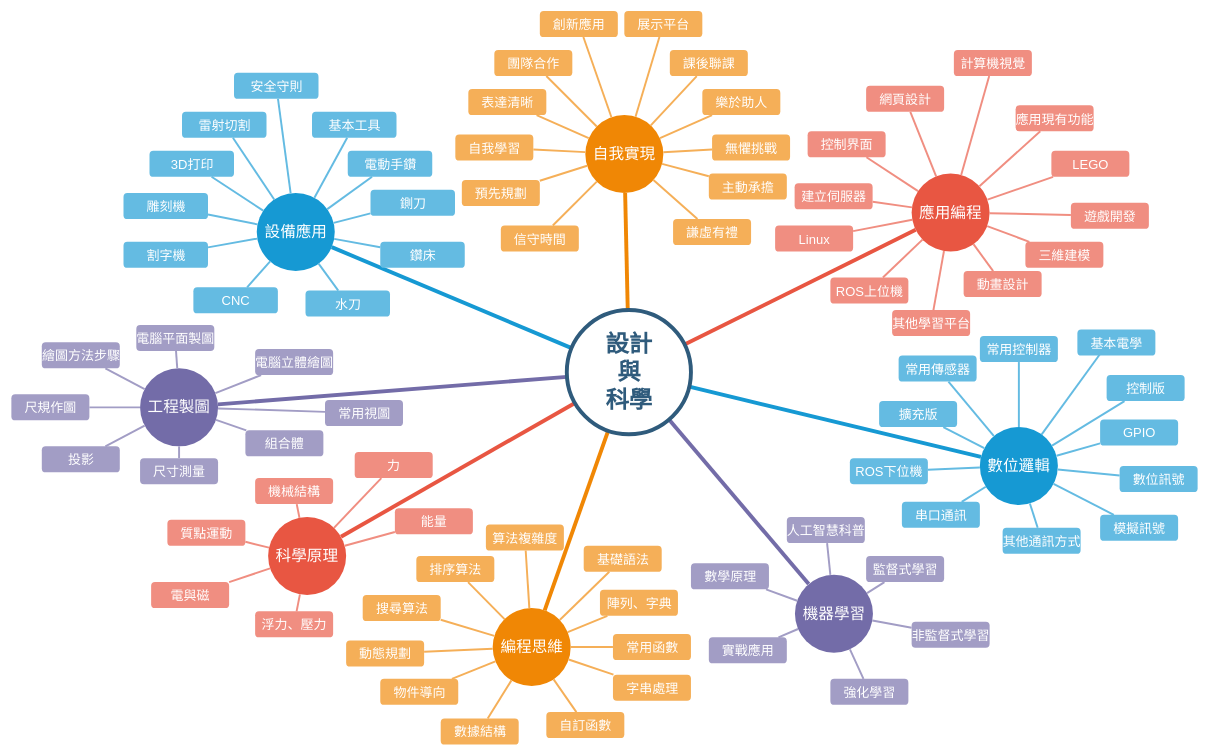
Above: study_frame.drawio in supercatex/flowchart (draw.io), before the change. Source tidied: cells renumbered, new cells numbered last; positions are measured from the earlier drawing's top-left corner, leaving out a move shared by most shapes. Both pictures are drawn from the tidied source at 65%, with x=0, y=0 at pixel (11, 11).
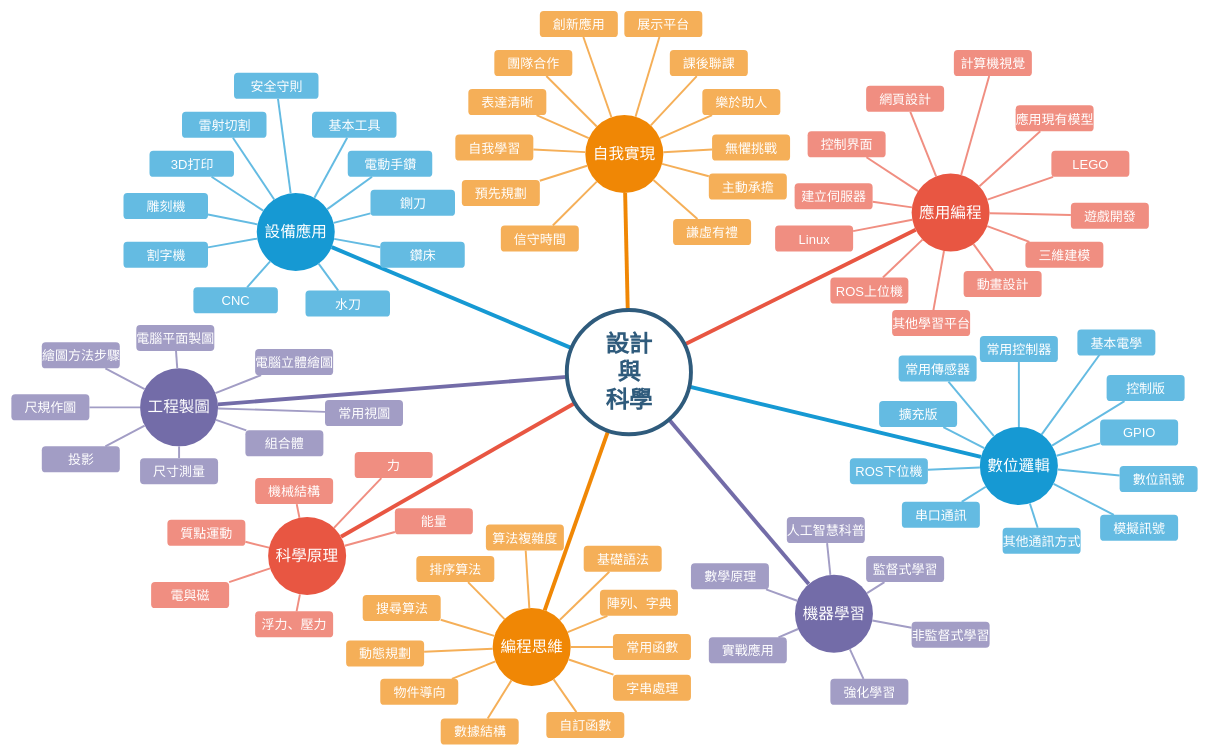
The same diagram, later.

Diff of the diagram source:
```diff
@@
-    <mxCell id="70" value="應用現有功能" style="rounded=1;fillColor=#f08e81;strokeColor=none;strokeWidth=3;shadow=0;html=1;fontColor=#FFFFFF;fontSize=20;" parent="1" vertex="1">
+    <mxCell id="70" value="應用現有模型" style="rounded=1;fillColor=#f08e81;strokeColor=none;strokeWidth=3;shadow=0;html=1;fontColor=#FFFFFF;fontSize=20;" parent="1" vertex="1">
       <mxGeometry x="1545" y="144.5" width="120" height="40" as="geometry" />
     </mxCell>
```
